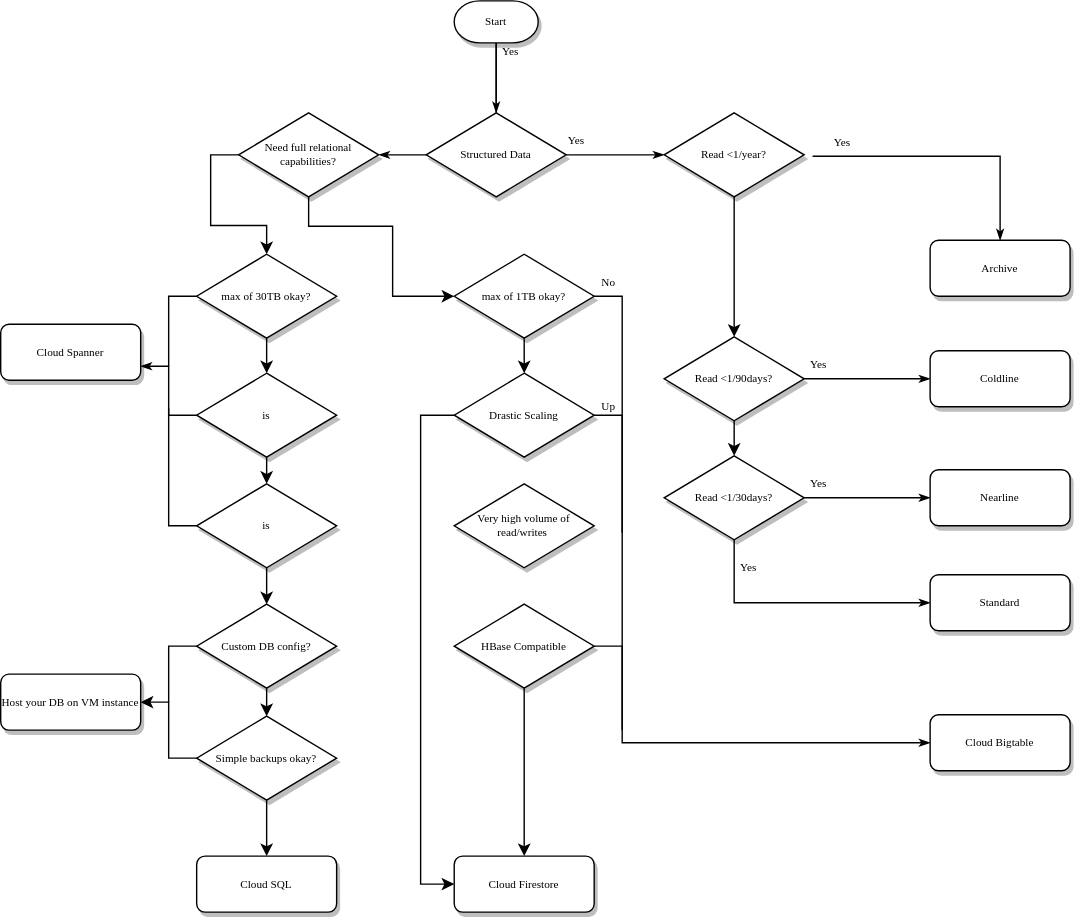
This is diagram/decision_chart.svg from EwetoyeIbrahim/Google-Cloud-Database-Services-Decision-Tree, a draw.io export, as it was before one commit. Source tidied: cells renumbered, new cells last; positions are measured from the earlier drawing's top-left corner, leaving out a move shared by most shapes.
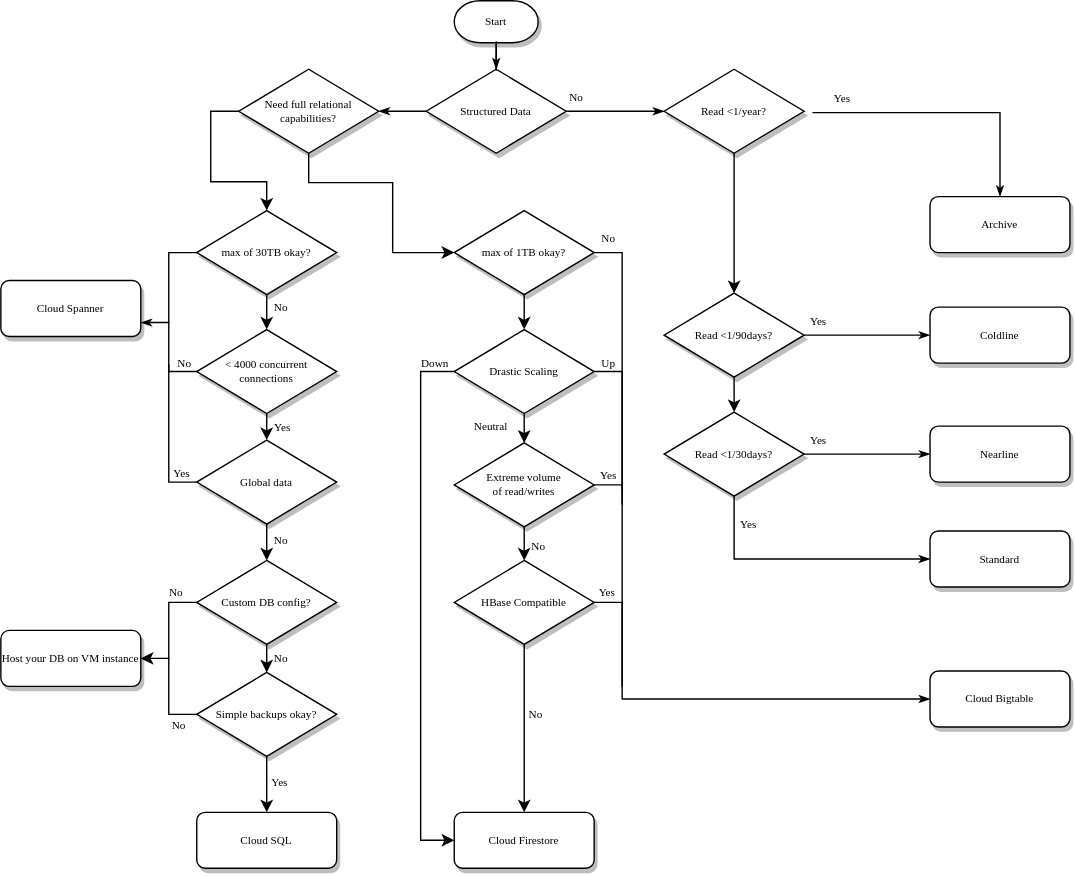
Later version of the same file.

What changed in the source:
```diff
@@ -5,7 +5,7 @@
     <mxCell id="2" style="edgeStyle=orthogonalEdgeStyle;rounded=0;html=1;labelBackgroundColor=none;startSize=5;endArrow=classicThin;endFill=1;endSize=5;jettySize=auto;strokeWidth=1;fontFamily=Verdana;fontSize=8;exitX=0;exitY=0.5;exitDx=0;exitDy=0;entryX=1;entryY=0.5;entryDx=0;entryDy=0;" parent="1" edge="1" source="6" target="20">
       <mxGeometry relative="1" as="geometry" />
     </mxCell>
-    <mxCell id="3" value="Yes" style="edgeStyle=orthogonalEdgeStyle;rounded=0;html=1;labelBackgroundColor=none;startSize=5;endArrow=classicThin;endFill=1;endSize=5;jettySize=auto;strokeWidth=1;fontFamily=Verdana;fontSize=8;entryX=0;entryY=0.5;entryDx=0;entryDy=0;exitX=1;exitY=0.5;exitDx=0;exitDy=0;" parent="1" edge="1" source="6" target="9">
+    <mxCell id="3" value="No" style="edgeStyle=orthogonalEdgeStyle;rounded=0;html=1;labelBackgroundColor=none;startSize=5;endArrow=classicThin;endFill=1;endSize=5;jettySize=auto;strokeWidth=1;fontFamily=Verdana;fontSize=8;entryX=0;entryY=0.5;entryDx=0;entryDy=0;exitX=1;exitY=0.5;exitDx=0;exitDy=0;" parent="1" edge="1" source="6" target="9">
       <mxGeometry x="-0.78" y="10" relative="1" as="geometry" />
     </mxCell>
     <mxCell id="4" style="edgeStyle=orthogonalEdgeStyle;rounded=0;jettySize=auto;html=1;exitX=0.5;exitY=1;exitDx=0;exitDy=0;" parent="1" edge="1" source="9" target="11">
@@ -73,7 +73,7 @@
     <mxCell id="21" value="max of 30TB okay?" style="rhombus;whiteSpace=wrap;html=1;rounded=0;shadow=1;labelBackgroundColor=none;strokeWidth=1;fontFamily=Verdana;fontSize=8;align=center;" parent="1" vertex="1">
       <mxGeometry x="140" y="181" width="100" height="60" as="geometry" />
     </mxCell>
-    <mxCell id="22" value="is" style="rhombus;whiteSpace=wrap;html=1;rounded=0;shadow=1;labelBackgroundColor=none;strokeWidth=1;fontFamily=Verdana;fontSize=8;align=center;" parent="1" vertex="1">
+    <mxCell id="22" value="&amp;lt; 4000 concurrent&lt;br&gt;connections" style="rhombus;whiteSpace=wrap;html=1;rounded=0;shadow=1;labelBackgroundColor=none;strokeWidth=1;fontFamily=Verdana;fontSize=8;align=center;" parent="1" vertex="1">
       <mxGeometry x="140" y="266" width="100" height="60" as="geometry" />
     </mxCell>
     <mxCell id="23" value="Cloud Spanner" style="rounded=1;whiteSpace=wrap;html=1;shadow=1;labelBackgroundColor=none;strokeWidth=1;fontFamily=Verdana;fontSize=8;align=center;" parent="1" vertex="1">
@@ -87,7 +87,7 @@
     <mxCell id="25" style="edgeStyle=orthogonalEdgeStyle;rounded=0;html=1;labelBackgroundColor=none;startSize=5;endArrow=classicThin;endFill=1;endSize=5;jettySize=auto;strokeWidth=1;fontFamily=Verdana;fontSize=8;exitX=0;exitY=0.5;exitDx=0;exitDy=0;entryX=1;entryY=0.75;entryDx=0;entryDy=0;" parent="1" edge="1" source="22" target="23">
       <mxGeometry relative="1" as="geometry" />
     </mxCell>
-    <mxCell id="26" value="is" style="rhombus;whiteSpace=wrap;html=1;rounded=0;shadow=1;labelBackgroundColor=none;strokeWidth=1;fontFamily=Verdana;fontSize=8;align=center;" parent="1" vertex="1">
+    <mxCell id="26" value="Global data" style="rhombus;whiteSpace=wrap;html=1;rounded=0;shadow=1;labelBackgroundColor=none;strokeWidth=1;fontFamily=Verdana;fontSize=8;align=center;" parent="1" vertex="1">
       <mxGeometry x="140" y="345" width="100" height="60" as="geometry" />
     </mxCell>
     <mxCell id="27" style="edgeStyle=orthogonalEdgeStyle;rounded=0;html=1;labelBackgroundColor=none;startSize=5;endArrow=none;endFill=0;endSize=5;jettySize=auto;strokeWidth=1;fontFamily=Verdana;fontSize=8;exitX=0;exitY=0.5;exitDx=0;exitDy=0;" parent="1" edge="1" source="26">
@@ -99,9 +99,9 @@
       <mxGeometry x="324" y="181" width="100" height="60" as="geometry" />
     </mxCell>
     <mxCell id="29" value="Start" style="strokeWidth=1;html=1;shape=mxgraph.flowchart.terminator;whiteSpace=wrap;rounded=0;shadow=1;labelBackgroundColor=none;fontFamily=Verdana;fontSize=8;align=center;" parent="1" vertex="1">
-      <mxGeometry x="324" width="60" height="30" as="geometry" />
+      <mxGeometry x="324" y="31" width="60" height="30" as="geometry" />
     </mxCell>
-    <mxCell id="30" value="Yes" style="edgeStyle=orthogonalEdgeStyle;rounded=0;html=1;labelBackgroundColor=none;startSize=5;endArrow=classicThin;endFill=1;endSize=5;jettySize=auto;strokeWidth=1;fontFamily=Verdana;fontSize=8;exitX=0.5;exitY=1;exitDx=0;exitDy=0;exitPerimeter=0;" parent="1" edge="1" source="29">
+    <mxCell id="30" style="edgeStyle=orthogonalEdgeStyle;rounded=0;html=1;labelBackgroundColor=none;startSize=5;endArrow=classicThin;endFill=1;endSize=5;jettySize=auto;strokeWidth=1;fontFamily=Verdana;fontSize=8;exitX=0.5;exitY=1;exitDx=0;exitDy=0;exitPerimeter=0;" parent="1" edge="1" source="29">
       <mxGeometry x="-0.78" y="10" relative="1" as="geometry">
         <mxPoint x="354" y="80" as="targetPoint" />
       </mxGeometry>
@@ -109,6 +109,9 @@
     <mxCell id="31" value="Cloud Bigtable" style="rounded=1;whiteSpace=wrap;html=1;shadow=1;labelBackgroundColor=none;strokeWidth=1;fontFamily=Verdana;fontSize=8;align=center;" parent="1" vertex="1">
       <mxGeometry x="664" y="510" width="100" height="40" as="geometry" />
     </mxCell>
+    <mxCell id="56" style="edgeStyle=orthogonalEdgeStyle;rounded=0;jettySize=auto;html=1;startArrow=none;startFill=0;endArrow=classic;endFill=1;fontFamily=Verdana;fontSize=8;" parent="1" edge="1" source="32" target="41">
+      <mxGeometry relative="1" as="geometry" />
+    </mxCell>
     <mxCell id="32" value="Drastic Scaling" style="rhombus;whiteSpace=wrap;html=1;rounded=0;shadow=1;labelBackgroundColor=none;strokeWidth=1;fontFamily=Verdana;fontSize=8;align=center;" parent="1" vertex="1">
       <mxGeometry x="324" y="266" width="100" height="60" as="geometry" />
     </mxCell>
@@ -143,8 +146,8 @@
     <mxCell id="40" style="edgeStyle=orthogonalEdgeStyle;rounded=0;jettySize=auto;html=1;exitX=0.5;exitY=1;exitDx=0;exitDy=0;entryX=0.5;entryY=0;entryDx=0;entryDy=0;" parent="1" edge="1" source="28" target="32">
       <mxGeometry relative="1" as="geometry" />
     </mxCell>
-    <mxCell id="41" value="Very high volume of read/writes&amp;nbsp;" style="rhombus;whiteSpace=wrap;html=1;rounded=0;shadow=1;labelBackgroundColor=none;strokeWidth=1;fontFamily=Verdana;fontSize=8;align=center;" parent="1" vertex="1">
-      <mxGeometry x="324" y="345" width="100" height="60" as="geometry" />
+    <mxCell id="41" value="Extreme volume&lt;br&gt;of read/writes" style="rhombus;whiteSpace=wrap;html=1;rounded=0;shadow=1;labelBackgroundColor=none;strokeWidth=1;fontFamily=Verdana;fontSize=8;align=center;" parent="1" vertex="1">
+      <mxGeometry x="324" y="347" width="100" height="60" as="geometry" />
     </mxCell>
     <mxCell id="42" value="HBase Compatible" style="rhombus;whiteSpace=wrap;html=1;rounded=0;shadow=1;labelBackgroundColor=none;strokeWidth=1;fontFamily=Verdana;fontSize=8;align=center;" parent="1" vertex="1">
       <mxGeometry x="324" y="431" width="100" height="60" as="geometry" />
@@ -210,5 +213,66 @@
         </Array>
       </mxGeometry>
     </mxCell>
+    <mxCell id="57" style="edgeStyle=orthogonalEdgeStyle;rounded=0;jettySize=auto;html=1;startArrow=none;startFill=0;endArrow=none;endFill=0;fontFamily=Verdana;fontSize=8;exitX=1;exitY=0.5;exitDx=0;exitDy=0;" parent="1" edge="1" source="41">
+      <mxGeometry relative="1" as="geometry">
+        <mxPoint x="444" y="391" as="targetPoint" />
+        <Array as="points">
+          <mxPoint x="444" y="377" />
+        </Array>
+      </mxGeometry>
+    </mxCell>
+    <mxCell id="58" value="Down" style="text;html=1;align=center;verticalAlign=middle;fontFamily=Verdana;fontSize=8;" parent="1" vertex="1">
+      <mxGeometry x="290" y="280" width="40" height="20" as="geometry" />
+    </mxCell>
+    <mxCell id="59" value="Neutral" style="text;html=1;align=center;verticalAlign=middle;fontFamily=Verdana;fontSize=8;" parent="1" vertex="1">
+      <mxGeometry x="330" y="325" width="40" height="20" as="geometry" />
+    </mxCell>
+    <mxCell id="60" value="Yes" style="text;html=1;align=center;verticalAlign=middle;fontFamily=Verdana;fontSize=8;" parent="1" vertex="1">
+      <mxGeometry x="419" y="360" width="30" height="20" as="geometry" />
+    </mxCell>
+    <mxCell id="61" value="Yes" style="text;html=1;align=center;verticalAlign=middle;fontFamily=Verdana;fontSize=8;" parent="1" vertex="1">
+      <mxGeometry x="418" y="444" width="30" height="20" as="geometry" />
+    </mxCell>
+    <mxCell id="62" style="edgeStyle=orthogonalEdgeStyle;rounded=0;jettySize=auto;html=1;startArrow=none;startFill=0;endArrow=classic;endFill=1;fontFamily=Verdana;fontSize=8;entryX=0.5;entryY=0;entryDx=0;entryDy=0;exitX=0.5;exitY=1;exitDx=0;exitDy=0;" parent="1" edge="1" source="41" target="42">
+      <mxGeometry relative="1" as="geometry">
+        <Array as="points">
+          <mxPoint x="374" y="421" />
+          <mxPoint x="374" y="421" />
+        </Array>
+      </mxGeometry>
+    </mxCell>
+    <mxCell id="63" value="No" style="text;html=1;align=center;verticalAlign=middle;fontFamily=Verdana;fontSize=8;" parent="1" vertex="1">
+      <mxGeometry x="369" y="411" width="30" height="20" as="geometry" />
+    </mxCell>
+    <mxCell id="64" value="No" style="text;html=1;align=center;verticalAlign=middle;fontFamily=Verdana;fontSize=8;" parent="1" vertex="1">
+      <mxGeometry x="367" y="531" width="30" height="20" as="geometry" />
+    </mxCell>
+    <mxCell id="65" value="No" style="text;html=1;align=center;verticalAlign=middle;fontFamily=Verdana;fontSize=8;" parent="1" vertex="1">
+      <mxGeometry x="185" y="240" width="30" height="20" as="geometry" />
+    </mxCell>
+    <mxCell id="66" value="Yes" style="text;html=1;align=center;verticalAlign=middle;fontFamily=Verdana;fontSize=8;" parent="1" vertex="1">
+      <mxGeometry x="186" y="326" width="30" height="20" as="geometry" />
+    </mxCell>
+    <mxCell id="67" value="No" style="text;html=1;align=center;verticalAlign=middle;fontFamily=Verdana;fontSize=8;" parent="1" vertex="1">
+      <mxGeometry x="185" y="407" width="30" height="20" as="geometry" />
+    </mxCell>
+    <mxCell id="68" value="No" style="text;html=1;align=center;verticalAlign=middle;fontFamily=Verdana;fontSize=8;" parent="1" vertex="1">
+      <mxGeometry x="110" y="444" width="30" height="20" as="geometry" />
+    </mxCell>
+    <mxCell id="69" value="No" style="text;html=1;align=center;verticalAlign=middle;fontFamily=Verdana;fontSize=8;" parent="1" vertex="1">
+      <mxGeometry x="112" y="539" width="30" height="20" as="geometry" />
+    </mxCell>
+    <mxCell id="70" value="No" style="text;html=1;align=center;verticalAlign=middle;fontFamily=Verdana;fontSize=8;" parent="1" vertex="1">
+      <mxGeometry x="185" y="491" width="30" height="20" as="geometry" />
+    </mxCell>
+    <mxCell id="71" value="Yes" style="text;html=1;align=center;verticalAlign=middle;fontFamily=Verdana;fontSize=8;" parent="1" vertex="1">
+      <mxGeometry x="184" y="580" width="30" height="20" as="geometry" />
+    </mxCell>
+    <mxCell id="72" value="No" style="text;html=1;align=center;verticalAlign=middle;fontFamily=Verdana;fontSize=8;" parent="1" vertex="1">
+      <mxGeometry x="116" y="280" width="30" height="20" as="geometry" />
+    </mxCell>
+    <mxCell id="73" value="Yes" style="text;html=1;align=center;verticalAlign=middle;fontFamily=Verdana;fontSize=8;" parent="1" vertex="1">
+      <mxGeometry x="114" y="359" width="30" height="20" as="geometry" />
+    </mxCell>
   </root>
 </mxGraphModel>
```
